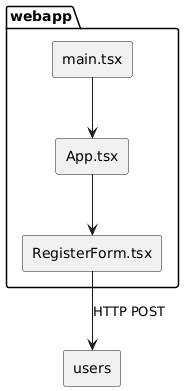
Above: docs/images/webapp_internal_structure.png in Arquisoft/yovi_es3a (PlantUML), before the change. The source it was exported from:
```plantuml
@startuml
skinparam componentStyle rectangle

package "webapp" {
  [main.tsx]
  [App.tsx]
  [RegisterForm.tsx]
}

[main.tsx] --> [App.tsx]
[App.tsx] --> [RegisterForm.tsx]
[RegisterForm.tsx] --> [users] : HTTP POST
@enduml
```
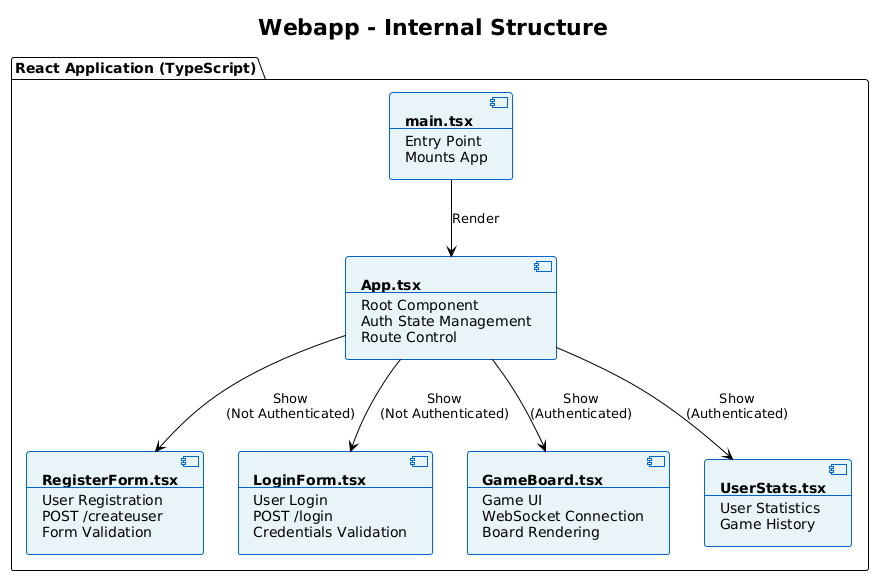
Above is the later version.

Diff of the diagram source:
```diff
@@ -1,13 +1,63 @@
 @startuml
-skinparam componentStyle rectangle
 
-package "webapp" {
-  [main.tsx]
-  [App.tsx]
-  [RegisterForm.tsx]
+!theme plain
+skinparam backgroundColor #FEFEFE
+skinparam componentBackgroundColor #E8F4F8
+skinparam componentBorderColor #0066CC
+
+title Webapp - Internal Structure
+
+package "React Application (TypeScript)" {
+    component main_tsx [
+        **main.tsx**
+        ---
+        Entry Point
+        Mounts App
+    ]
+
+    component app_tsx [
+        **App.tsx**
+        ---
+        Root Component
+        Auth State Management
+        Route Control
+    ]
+
+    component register_form [
+        **RegisterForm.tsx**
+        ---
+        User Registration
+        POST /createuser
+        Form Validation
+    ]
+
+    component login_form [
+        **LoginForm.tsx**
+        ---
+        User Login
+        POST /login
+        Credentials Validation
+    ]
+
+    component game_board [
+        **GameBoard.tsx**
+        ---
+        Game UI
+        WebSocket Connection
+        Board Rendering
+    ]
+
+    component user_stats [
+        **UserStats.tsx**
+        ---
+        User Statistics
+        Game History
+    ]
 }
 
-[main.tsx] --> [App.tsx]
-[App.tsx] --> [RegisterForm.tsx]
-[RegisterForm.tsx] --> [users] : HTTP POST
+main_tsx --> app_tsx : Render
+app_tsx --> register_form : Show\n(Not Authenticated)
+app_tsx --> login_form : Show\n(Not Authenticated)
+app_tsx --> game_board : Show\n(Authenticated)
+app_tsx --> user_stats : Show\n(Authenticated)
 @enduml
```
